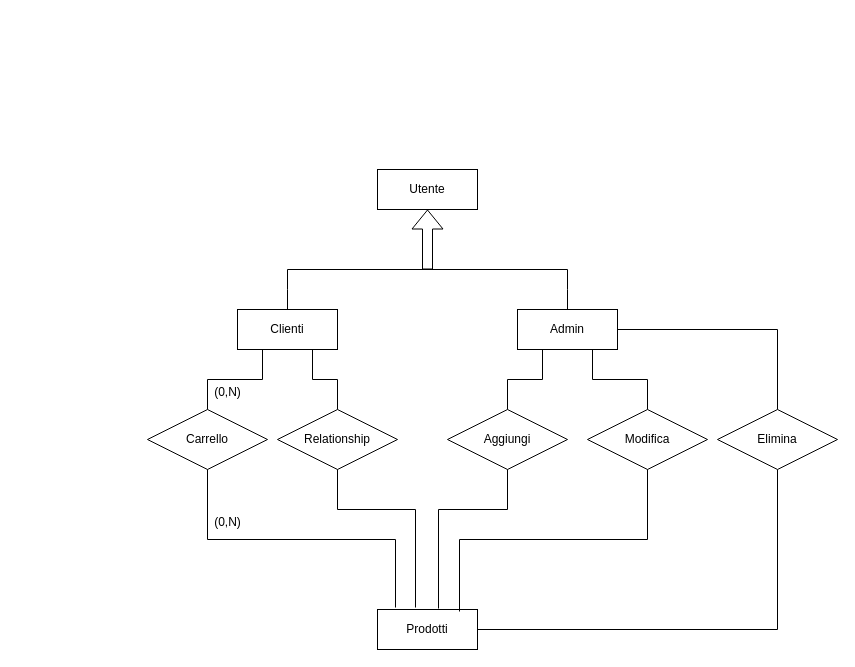
Before: esempio.drawio in LuigiPuca/SWBD, a draw.io diagram. Source tidied: cells renumbered, new cells numbered last; positions are measured from the earlier drawing's top-left corner, leaving out a move shared by most shapes. Both pictures are drawn from the tidied source at 100%, with x=0, y=0 at pixel (147, 169).
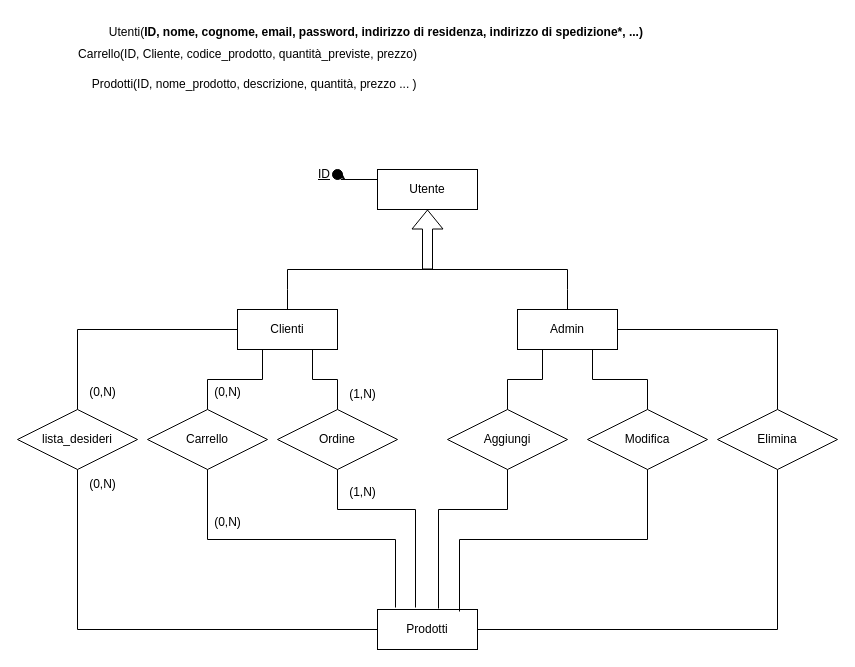
The same page after the edit.

The change refers to these unchanged cells:
```xml
<mxCell id="2" value="Utente" style="whiteSpace=wrap;html=1;align=center;" parent="1" vertex="1">
  <mxGeometry x="230" width="100" height="40" as="geometry" />
</mxCell>
<mxCell id="4" value="&lt;div&gt;&lt;span style=&quot;background-color: initial;&quot;&gt;Prodotti&lt;/span&gt;&lt;br&gt;&lt;/div&gt;" style="whiteSpace=wrap;html=1;align=center;" parent="1" vertex="1">
  <mxGeometry x="230" y="440" width="100" height="40" as="geometry" />
</mxCell>
<mxCell id="9" value="Clienti" style="whiteSpace=wrap;html=1;align=center;" parent="1" vertex="1">
  <mxGeometry x="90" y="140" width="100" height="40" as="geometry" />
</mxCell>
```

What changed in the source:
```diff
@@
+    <mxCell id="27" style="edgeStyle=orthogonalEdgeStyle;rounded=0;jettySize=auto;html=1;exitX=0;exitY=0.25;exitDx=0;exitDy=0;entryX=1;entryY=0;entryDx=0;entryDy=0;" parent="1" edge="1" source="2" target="30">
+      <mxGeometry relative="1" as="geometry">
+        <Array as="points">
+          <mxPoint x="194" y="10" />
+        </Array>
+      </mxGeometry>
+    </mxCell>
@@
-    <mxCell id="17" value="Relationship" style="shape=rhombus;perimeter=rhombusPerimeter;whiteSpace=wrap;html=1;align=center;" parent="1" vertex="1">
+    <mxCell id="17" value="Ordine" style="shape=rhombus;perimeter=rhombusPerimeter;whiteSpace=wrap;html=1;align=center;" parent="1" vertex="1">
       <mxGeometry x="130" y="240" width="120" height="60" as="geometry" />
     </mxCell>
@@
+    <mxCell id="28" value="(1,N)" style="text;html=1;align=center;verticalAlign=middle;strokeColor=none;fillColor=none;" parent="1" vertex="1">
+      <mxGeometry x="190" y="210" width="50" height="30" as="geometry" />
+    </mxCell>
+    <mxCell id="29" value="(1,N)" style="text;html=1;align=center;verticalAlign=middle;strokeColor=none;fillColor=none;" parent="1" vertex="1">
+      <mxGeometry x="190" y="308" width="50" height="30" as="geometry" />
+    </mxCell>
+    <mxCell id="30" value="ID" style="ellipse;whiteSpace=wrap;html=1;align=right;fontStyle=4;labelBackgroundColor=none;labelPosition=left;verticalLabelPosition=middle;verticalAlign=middle;fillColor=#000000;" parent="1" vertex="1">
+      <mxGeometry x="185" width="10" height="10" as="geometry" />
+    </mxCell>
+    <mxCell id="31" value="Utenti(&lt;b&gt;ID, nome, cognome, email, password, indirizzo di residenza, indirizzo di spedizione*, ...)&amp;nbsp;&lt;/b&gt;" style="text;html=1;align=center;verticalAlign=middle;strokeColor=none;fillColor=none;" parent="1" vertex="1">
+      <mxGeometry x="-50" y="-152" width="560" height="30" as="geometry" />
+    </mxCell>
+    <mxCell id="32" value="Prodotti(ID, nome_prodotto, descrizione, quantità, prezzo ... )&amp;nbsp;&amp;nbsp;" style="text;html=1;align=center;verticalAlign=middle;strokeColor=none;fillColor=none;" parent="1" vertex="1">
+      <mxGeometry x="-70" y="-100" width="360" height="30" as="geometry" />
+    </mxCell>
+    <mxCell id="33" value="Carrello(ID, Cliente, codice_prodotto, quantità_previste, prezzo)" style="text;html=1;align=center;verticalAlign=middle;strokeColor=none;fillColor=none;" parent="1" vertex="1">
+      <mxGeometry x="-80" y="-130" width="360" height="30" as="geometry" />
+    </mxCell>
+    <mxCell id="34" style="edgeStyle=orthogonalEdgeStyle;rounded=0;jettySize=auto;html=1;exitX=0.5;exitY=1;exitDx=0;exitDy=0;entryX=0;entryY=0.5;entryDx=0;entryDy=0;endArrow=none;endFill=0;" parent="1" edge="1" source="36" target="4">
+      <mxGeometry relative="1" as="geometry" />
+    </mxCell>
+    <mxCell id="35" style="edgeStyle=orthogonalEdgeStyle;rounded=0;jettySize=auto;html=1;exitX=0.5;exitY=0;exitDx=0;exitDy=0;entryX=0;entryY=0.5;entryDx=0;entryDy=0;endArrow=none;endFill=0;" parent="1" edge="1" source="36" target="9">
+      <mxGeometry relative="1" as="geometry" />
+    </mxCell>
+    <mxCell id="36" value="lista_desideri" style="shape=rhombus;perimeter=rhombusPerimeter;whiteSpace=wrap;html=1;align=center;" parent="1" vertex="1">
+      <mxGeometry x="-130" y="240" width="120" height="60" as="geometry" />
+    </mxCell>
+    <mxCell id="37" value="(0,N)" style="text;html=1;align=center;verticalAlign=middle;strokeColor=none;fillColor=none;" parent="1" vertex="1">
+      <mxGeometry x="-70" y="208" width="50" height="30" as="geometry" />
+    </mxCell>
+    <mxCell id="38" value="(0,N)" style="text;html=1;align=center;verticalAlign=middle;strokeColor=none;fillColor=none;" parent="1" vertex="1">
+      <mxGeometry x="-70" y="300" width="50" height="30" as="geometry" />
+    </mxCell>
```
